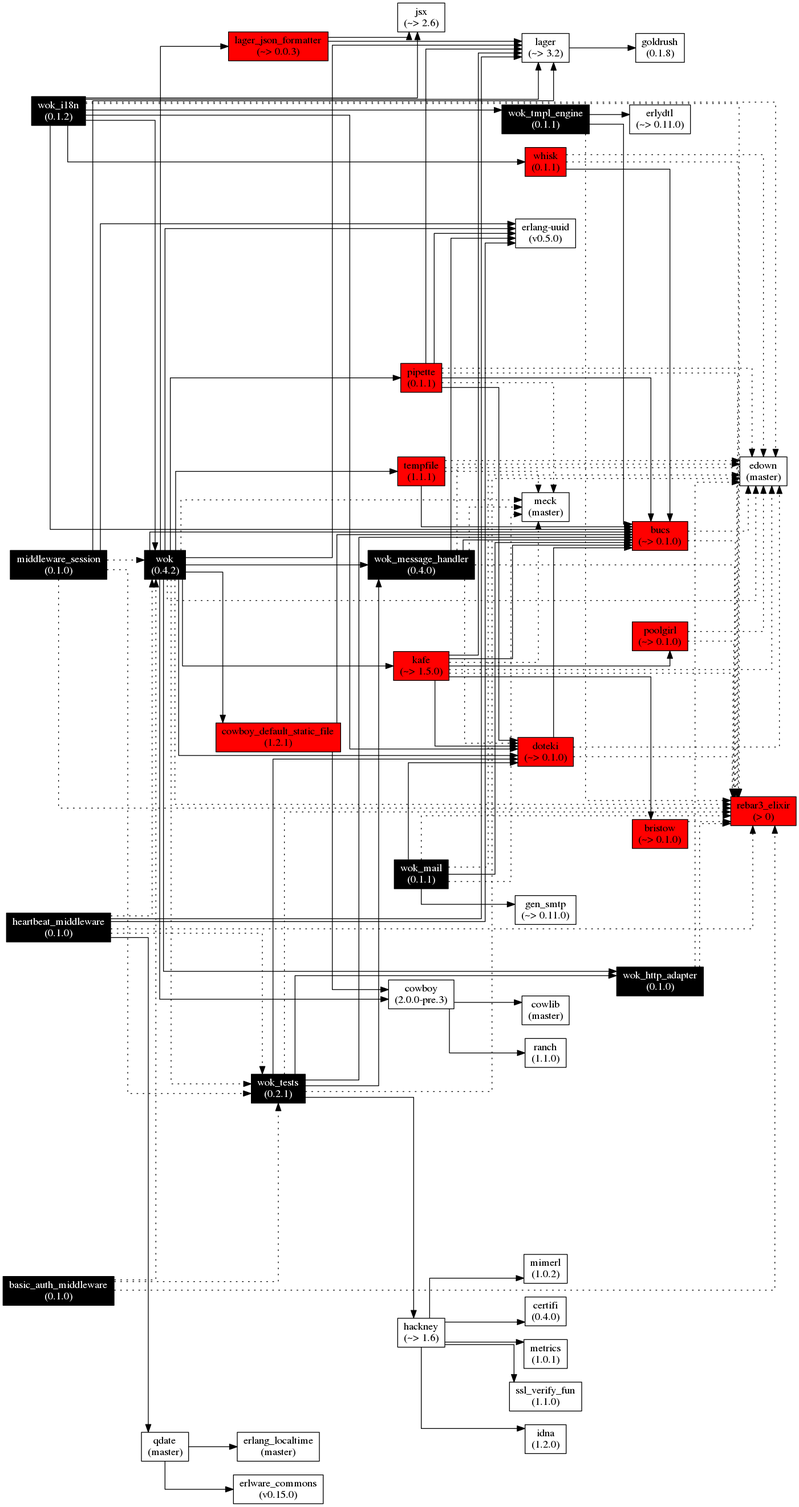
botsunit/wok keeps this Graphviz diagram as images/wok.deps.png. Above is the earlier version. Its source is kept beside it as images/wok.deps.gv.
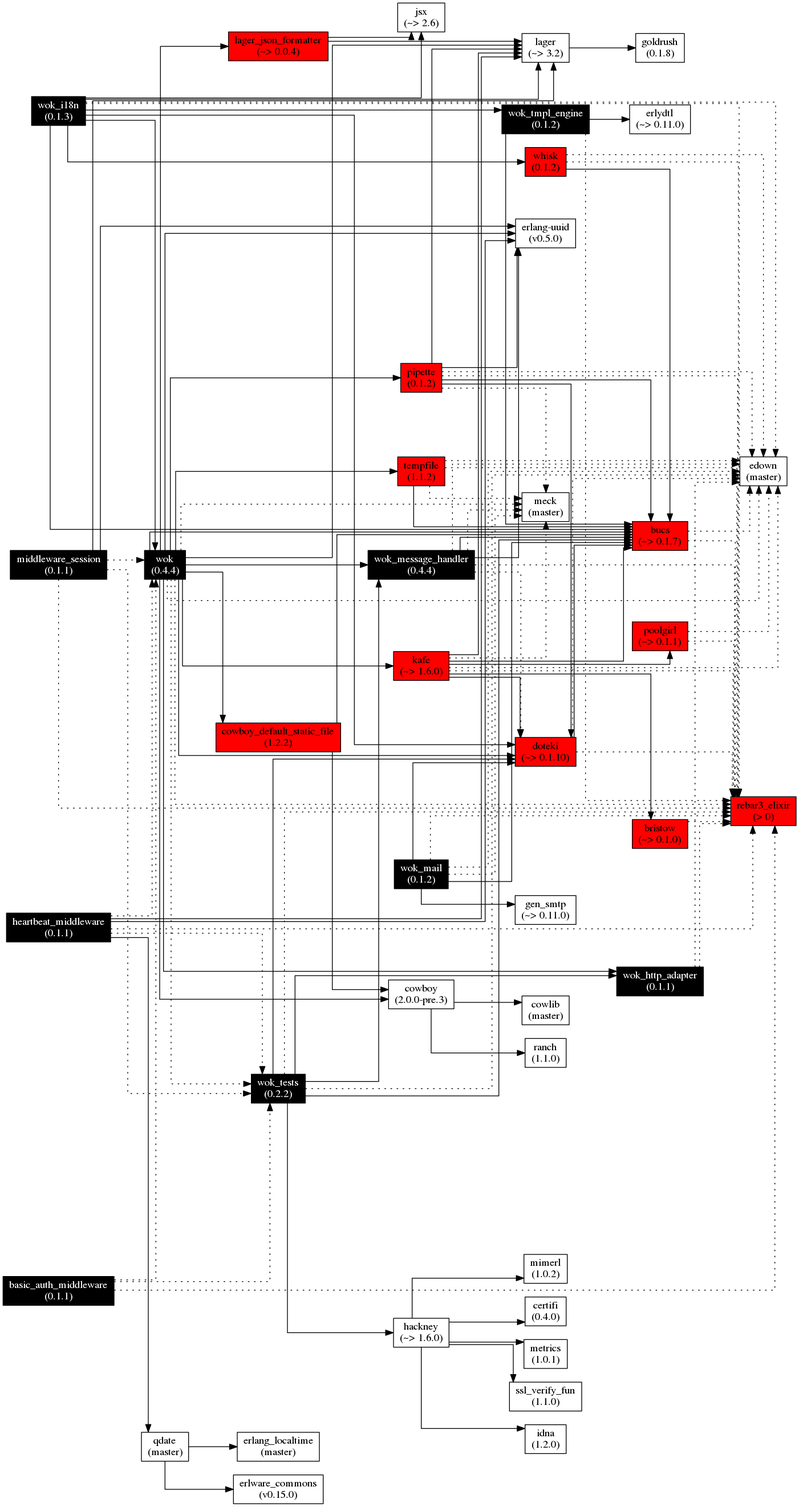
After the commit.

Change to the diagram source:
```diff
@@ -6,44 +6,44 @@
     rankdir=LR;
   ]
 
-  wok[label="wok\n(0.4.2)", fontcolor="white", style="filled", fillcolor="black"];
+  wok[label="wok\n(0.4.4)", fontcolor="white", style="filled", fillcolor="black"];
   lager[label="lager\n(~> 3.2)"];
-  lager_json_formatter[label="lager_json_formatter\n(~> 0.0.3)", style="filled", fillcolor="red"];
-  wok_http_adapter[label="wok_http_adapter\n(0.1.0)", fontcolor="white", style="filled", fillcolor="black"];
-  wok_message_handler[label="wok_message_handler\n(0.4.0)", fontcolor="white", style="filled", fillcolor="black"];
-  pipette[label="pipette\n(0.1.1)", style="filled", fillcolor="red"];
-  kafe[label="kafe\n(~> 1.5.0)", style="filled", fillcolor="red"];
+  lager_json_formatter[label="lager_json_formatter\n(~> 0.0.4)", style="filled", fillcolor="red"];
+  wok_http_adapter[label="wok_http_adapter\n(0.1.1)", fontcolor="white", style="filled", fillcolor="black"];
+  wok_message_handler[label="wok_message_handler\n(0.4.4)", fontcolor="white", style="filled", fillcolor="black"];
+  pipette[label="pipette\n(0.1.2)", style="filled", fillcolor="red"];
+  kafe[label="kafe\n(~> 1.6.0)", style="filled", fillcolor="red"];
   cowboy[label="cowboy\n(2.0.0-pre.3)"];
-  cowboy_default_static_file[label="cowboy_default_static_file\n(1.2.1)", style="filled", fillcolor="red"];
-  bucs[label="bucs\n(~> 0.1.0)", style="filled", fillcolor="red"];
-  doteki[label="doteki\n(~> 0.1.0)", style="filled", fillcolor="red"];
+  cowboy_default_static_file[label="cowboy_default_static_file\n(1.2.2)", style="filled", fillcolor="red"];
+  bucs[label="bucs\n(~> 0.1.7)", style="filled", fillcolor="red"];
+  doteki[label="doteki\n(~> 0.1.10)", style="filled", fillcolor="red"];
   uuid[label="erlang-uuid\n(v0.5.0)"];
-  tempfile[label="tempfile\n(1.1.1)", style="filled", fillcolor="red"];
+  tempfile[label="tempfile\n(1.1.2)", style="filled", fillcolor="red"];
   rebar3_elixir[label="rebar3_elixir\n(> 0)", style="filled", fillcolor="red"];
-  wok_tests[label="wok_tests\n(0.2.1)", fontcolor="white", style="filled", fillcolor="black"];
+  wok_tests[label="wok_tests\n(0.2.2)", fontcolor="white", style="filled", fillcolor="black"];
   meck[label="meck\n(master)"];
   edown[label="edown\n(master)"];
   goldrush[label="goldrush\n(0.1.8)"];
   jsx[label="jsx\n(~> 2.6)"];
-  poolgirl[label="poolgirl\n(~> 0.1.0)", style="filled", fillcolor="red"];
+  poolgirl[label="poolgirl\n(~> 0.1.1)", style="filled", fillcolor="red"];
   bristow[label="bristow\n(~> 0.1.0)", style="filled", fillcolor="red"];
   cowlib[label="cowlib\n(master)"];
   ranch[label="ranch\n(1.1.0)"];
-  hackney[label="hackney\n(~> 1.6)"];
+  hackney[label="hackney\n(~> 1.6.0)"];
   idna[label="idna\n(1.2.0)"];
   mimerl[label="mimerl\n(1.0.2)"];
   certifi[label="certifi\n(0.4.0)"];
   metrics[label="metrics\n(1.0.1)"];
   ssl_verify_fun[label="ssl_verify_fun\n(1.1.0)"];
-  wok_mail[label="wok_mail\n(0.1.1)", fontcolor="white", style="filled", fillcolor="black"];
+  wok_mail[label="wok_mail\n(0.1.2)", fontcolor="white", style="filled", fillcolor="black"];
   gen_smtp[label="gen_smtp\n(~> 0.11.0)"];
-  wok_i18n[label="wok_i18n\n(0.1.2)", fontcolor="white", style="filled", fillcolor="black"];
-  wok_tmpl_engine[label="wok_tmpl_engine\n(0.1.1)", fontcolor="white", style="filled", fillcolor="black"];
-  whisk[label="whisk\n(0.1.1)", style="filled", fillcolor="red"];
+  wok_i18n[label="wok_i18n\n(0.1.3)", fontcolor="white", style="filled", fillcolor="black"];
+  wok_tmpl_engine[label="wok_tmpl_engine\n(0.1.2)", fontcolor="white", style="filled", fillcolor="black"];
+  whisk[label="whisk\n(0.1.2)", style="filled", fillcolor="red"];
   erlydtl[label="erlydtl\n(~> 0.11.0)"];
-  basic_auth_middleware[label="basic_auth_middleware\n(0.1.0)", fontcolor="white", style="filled", fillcolor="black"];
-  middleware_session[label="middleware_session\n(0.1.0)", fontcolor="white", style="filled", fillcolor="black"];
-  heartbeat_middleware[label="heartbeat_middleware\n(0.1.0)", fontcolor="white", style="filled", fillcolor="black"];
+  basic_auth_middleware[label="basic_auth_middleware\n(0.1.1)", fontcolor="white", style="filled", fillcolor="black"];
+  middleware_session[label="middleware_session\n(0.1.1)", fontcolor="white", style="filled", fillcolor="black"];
+  heartbeat_middleware[label="heartbeat_middleware\n(0.1.1)", fontcolor="white", style="filled", fillcolor="black"];
   qdate[label="qdate\n(master)"];
   erlware_commons[label="erlware_commons\n(v0.15.0)"];
   erlang_localtime[label="erlang_localtime\n(master)"];
```
